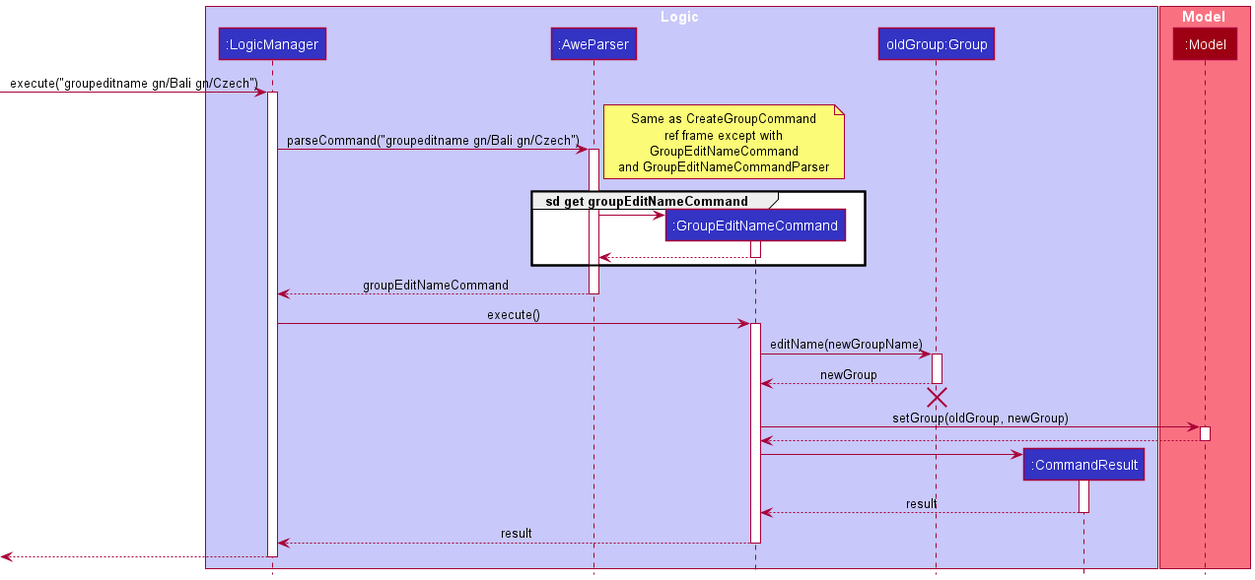
Earlier version of the PlantUML export docs/images/GroupEditNameSequenceDiagram.png (ramapriyan912001/tp). The source it was exported from:
```plantuml
@startuml
!include style.puml

box Logic LOGIC_COLOR_T1
participant ":LogicManager" as LogicManager LOGIC_COLOR
participant ":AweParser" as AweParser LOGIC_COLOR
participant ":GroupEditNameCommand" as GroupEditNameCommand LOGIC_COLOR
participant "oldGroup:Group" as Group LOGIC_COLOR
participant ":CommandResult" as CommandResult LOGIC_COLOR
end box

box Model MODEL_COLOR_T1
participant ":Model" as Model MODEL_COLOR
end box

[-> LogicManager : execute("groupeditname gn/Bali gn/Czech")
activate LogicManager

LogicManager -> AweParser : parseCommand("groupeditname gn/Bali gn/Czech")
activate AweParser

note right
Same as CreateGroupCommand
ref frame except with
GroupEditNameCommand
and GroupEditNameCommandParser
end note
group sd get groupEditNameCommand
create GroupEditNameCommand
AweParser -> GroupEditNameCommand
activate GroupEditNameCommand
GroupEditNameCommand --> AweParser
deactivate GroupEditNameCommand
end group




AweParser --> LogicManager : groupEditNameCommand
deactivate AweParser

LogicManager -> GroupEditNameCommand : execute()
activate GroupEditNameCommand

GroupEditNameCommand -> Group : editName(newGroupName)
activate Group
Group --> GroupEditNameCommand : newGroup
deactivate Group

Group -[hidden]-> AweParser
destroy Group

GroupEditNameCommand -> Model : setGroup(oldGroup, newGroup)
activate Model

Model --> GroupEditNameCommand
deactivate Model

create CommandResult
GroupEditNameCommand -> CommandResult
activate CommandResult

CommandResult --> GroupEditNameCommand : result
deactivate CommandResult

GroupEditNameCommand --> LogicManager : result
deactivate GroupEditNameCommand

[<--LogicManager
deactivate LogicManager
@enduml
```
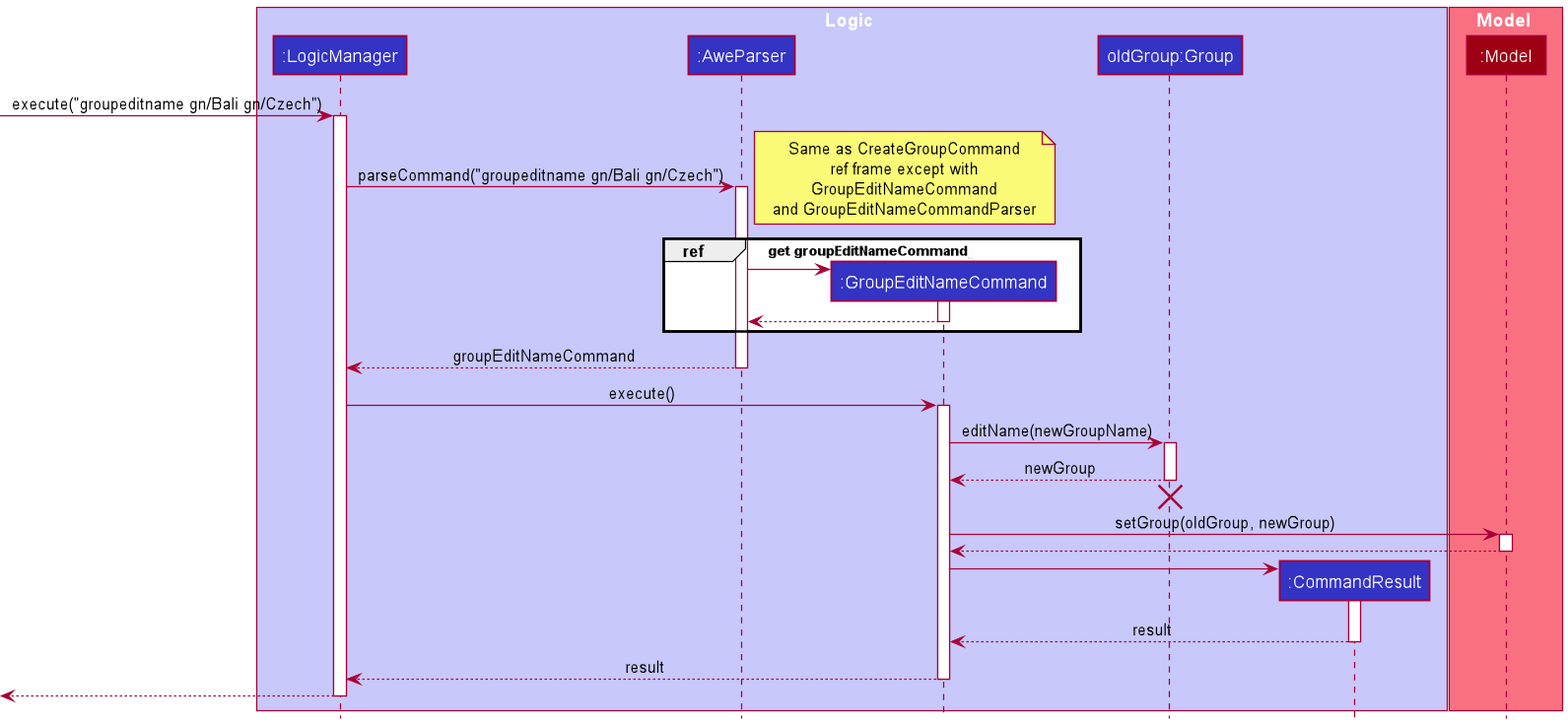
Above is the later version.

Diff of the diagram source:
```diff
@@ -25,7 +25,7 @@
 GroupEditNameCommand
 and GroupEditNameCommandParser
 end note
-group sd get groupEditNameCommand
+group ref [get groupEditNameCommand]
 create GroupEditNameCommand
 AweParser -> GroupEditNameCommand
 activate GroupEditNameCommand
```
